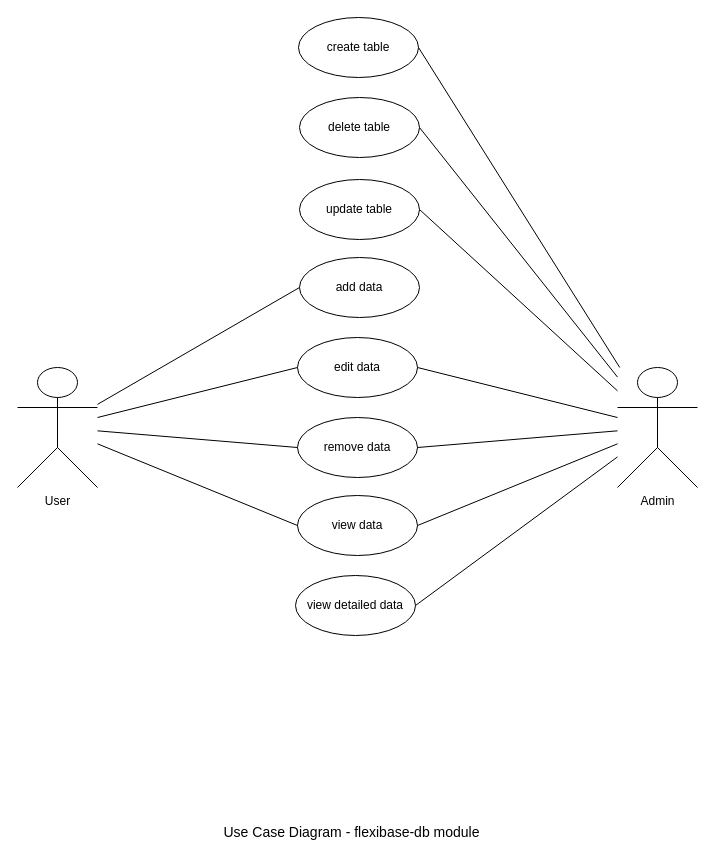
ModularMinds/flexibase-docs keeps this draw.io diagram as use_case_diagram_flexibase_db.drawio. Above is the earlier version. Source tidied: cells renumbered, new cells numbered last; positions are measured from the earlier drawing's top-left corner, leaving out a move shared by most shapes. Both pictures are drawn from the tidied source at 100%, with x=0, y=0 at pixel (17, 17).
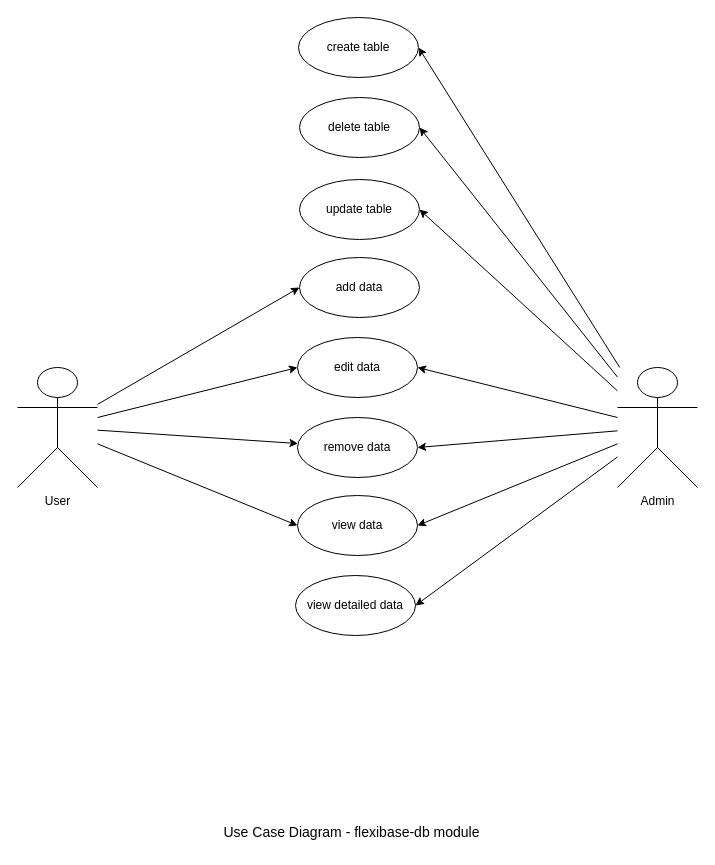
After the change.

The change refers to these unchanged cells:
```xml
<mxCell id="3" value="Admin" style="shape=umlActor;verticalLabelPosition=bottom;verticalAlign=top;html=1;outlineConnect=0;" parent="1" vertex="1">
  <mxGeometry x="600" y="350" width="80" height="120" as="geometry" />
</mxCell>
<mxCell id="4" value="create table" style="ellipse;whiteSpace=wrap;html=1;align=center;" parent="1" vertex="1">
  <mxGeometry x="281" width="120" height="60" as="geometry" />
</mxCell>
<mxCell id="5" value="delete table" style="ellipse;whiteSpace=wrap;html=1;align=center;" parent="1" vertex="1">
  <mxGeometry x="282" y="80" width="120" height="60" as="geometry" />
</mxCell>
<mxCell id="6" value="update table" style="ellipse;whiteSpace=wrap;html=1;align=center;" parent="1" vertex="1">
  <mxGeometry x="282" y="162" width="120" height="60" as="geometry" />
</mxCell>
<mxCell id="7" value="add data" style="ellipse;whiteSpace=wrap;html=1;align=center;" parent="1" vertex="1">
  <mxGeometry x="282" y="240" width="120" height="60" as="geometry" />
</mxCell>
<mxCell id="8" value="edit data" style="ellipse;whiteSpace=wrap;html=1;align=center;" parent="1" vertex="1">
  <mxGeometry x="280" y="320" width="120" height="60" as="geometry" />
</mxCell>
<mxCell id="12" value="remove data" style="ellipse;whiteSpace=wrap;html=1;align=center;" parent="1" vertex="1">
  <mxGeometry x="280" y="400" width="120" height="60" as="geometry" />
</mxCell>
<mxCell id="13" value="view data" style="ellipse;whiteSpace=wrap;html=1;align=center;" parent="1" vertex="1">
  <mxGeometry x="280" y="478" width="120" height="60" as="geometry" />
</mxCell>
<mxCell id="14" value="view detailed data" style="ellipse;whiteSpace=wrap;html=1;align=center;" parent="1" vertex="1">
  <mxGeometry x="278" y="558" width="120" height="60" as="geometry" />
</mxCell>
```

Change to the diagram source:
```diff
@@
-    <mxCell id="2" value="User" style="shape=umlActor;verticalLabelPosition=bottom;verticalAlign=top;html=1;outlineConnect=0;" parent="1" vertex="1">
+    <mxCell id="2" value="User" style="shape=umlActor;verticalLabelPosition=bottom;verticalAlign=top;html=1;outlineConnect=0;fillColor=default;" parent="1" vertex="1">
       <mxGeometry y="350" width="80" height="120" as="geometry" />
     </mxCell>
@@
-    <mxCell id="9" style="endArrow=none;html=1;rounded=0;entryX=0;entryY=0.5;entryDx=0;entryDy=0;" parent="1" edge="1" source="2" target="7">
-      <mxGeometry relative="1" as="geometry" />
-    </mxCell>
-    <mxCell id="10" style="endArrow=none;html=1;rounded=0;entryX=0;entryY=0.5;entryDx=0;entryDy=0;" parent="1" edge="1" source="2" target="8">
-      <mxGeometry relative="1" as="geometry" />
-    </mxCell>
-    <mxCell id="11" style="endArrow=none;html=1;rounded=0;exitX=1;exitY=0.5;exitDx=0;exitDy=0;" parent="1" edge="1" source="5" target="3">
-      <mxGeometry relative="1" as="geometry" />
-    </mxCell>
@@
-    <mxCell id="15" style="endArrow=none;html=1;rounded=0;exitX=1;exitY=0.5;exitDx=0;exitDy=0;" parent="1" edge="1" source="12" target="3">
-      <mxGeometry relative="1" as="geometry" />
-    </mxCell>
-    <mxCell id="16" style="endArrow=none;html=1;rounded=0;exitX=1;exitY=0.5;exitDx=0;exitDy=0;" parent="1" edge="1" source="13" target="3">
-      <mxGeometry relative="1" as="geometry" />
-    </mxCell>
-    <mxCell id="17" style="endArrow=none;html=1;rounded=0;exitX=1;exitY=0.5;exitDx=0;exitDy=0;" parent="1" edge="1" source="14" target="3">
-      <mxGeometry relative="1" as="geometry" />
-    </mxCell>
@@
-    <mxCell id="19" style="endArrow=none;html=1;rounded=0;exitX=1;exitY=0.5;exitDx=0;exitDy=0;" parent="1" edge="1" source="4" target="3">
-      <mxGeometry relative="1" as="geometry" />
-    </mxCell>
-    <mxCell id="20" style="endArrow=none;html=1;rounded=0;exitX=1;exitY=0.5;exitDx=0;exitDy=0;" parent="1" edge="1" source="6" target="3">
-      <mxGeometry relative="1" as="geometry" />
-    </mxCell>
-    <mxCell id="21" style="endArrow=none;html=1;rounded=0;exitX=1;exitY=0.5;exitDx=0;exitDy=0;" parent="1" edge="1" source="8" target="3">
-      <mxGeometry relative="1" as="geometry" />
-    </mxCell>
+    <mxCell id="9" style="endArrow=classic;html=1;rounded=0;entryX=0;entryY=0.5;entryDx=0;entryDy=0;" parent="1" edge="1" source="2" target="7">
+      <mxGeometry relative="1" as="geometry" />
+    </mxCell>
+    <mxCell id="10" style="endArrow=classic;html=1;rounded=0;entryX=0;entryY=0.5;entryDx=0;entryDy=0;" parent="1" edge="1" source="2" target="8">
+      <mxGeometry relative="1" as="geometry" />
+    </mxCell>
-    <mxCell id="22" style="endArrow=none;html=1;rounded=0;entryX=0;entryY=0.5;entryDx=0;entryDy=0;" parent="1" edge="1" source="2" target="12">
+    <mxCell id="22" style="endArrow=classic;html=1;rounded=0;" parent="1" edge="1" source="2" target="12">
       <mxGeometry relative="1" as="geometry" />
     </mxCell>
-    <mxCell id="23" style="endArrow=none;html=1;rounded=0;entryX=0;entryY=0.5;entryDx=0;entryDy=0;" parent="1" edge="1" source="2" target="13">
+    <mxCell id="23" style="endArrow=classic;html=1;rounded=0;entryX=0;entryY=0.5;entryDx=0;entryDy=0;" parent="1" edge="1" source="2" target="13">
       <mxGeometry relative="1" as="geometry" />
     </mxCell>
+    <mxCell id="24" style="endArrow=classic;html=1;rounded=0;entryX=1;entryY=0.5;entryDx=0;entryDy=0;" parent="1" edge="1" source="3" target="4">
+      <mxGeometry relative="1" as="geometry" />
+    </mxCell>
+    <mxCell id="25" style="endArrow=classic;html=1;rounded=0;entryX=1;entryY=0.5;entryDx=0;entryDy=0;" parent="1" edge="1" source="3" target="5">
+      <mxGeometry relative="1" as="geometry" />
+    </mxCell>
+    <mxCell id="26" style="endArrow=classic;html=1;rounded=0;entryX=1;entryY=0.5;entryDx=0;entryDy=0;" parent="1" edge="1" source="3" target="6">
+      <mxGeometry relative="1" as="geometry" />
+    </mxCell>
+    <mxCell id="27" style="endArrow=classic;html=1;rounded=0;entryX=1;entryY=0.5;entryDx=0;entryDy=0;" parent="1" edge="1" source="3" target="8">
+      <mxGeometry relative="1" as="geometry" />
+    </mxCell>
+    <mxCell id="28" style="endArrow=classic;html=1;rounded=0;entryX=1;entryY=0.5;entryDx=0;entryDy=0;" parent="1" edge="1" source="3" target="12">
+      <mxGeometry relative="1" as="geometry" />
+    </mxCell>
+    <mxCell id="29" style="endArrow=classic;html=1;rounded=0;entryX=1;entryY=0.5;entryDx=0;entryDy=0;" parent="1" edge="1" source="3" target="13">
+      <mxGeometry relative="1" as="geometry" />
+    </mxCell>
+    <mxCell id="30" style="endArrow=classic;html=1;rounded=0;entryX=1;entryY=0.5;entryDx=0;entryDy=0;" parent="1" edge="1" source="3" target="14">
+      <mxGeometry relative="1" as="geometry" />
+    </mxCell>
```
